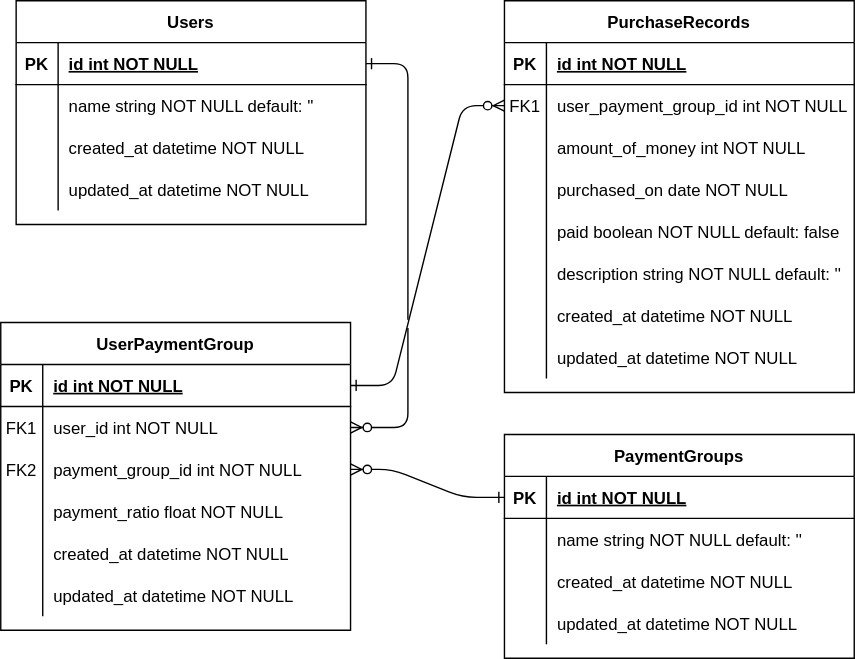
a-yossy/dutch_account keeps this draw.io diagram as er-diagram/er.svg. Above is the earlier version. Source tidied: cells renumbered, new cells last; positions are measured from the earlier drawing's top-left corner, leaving out a move shared by most shapes.
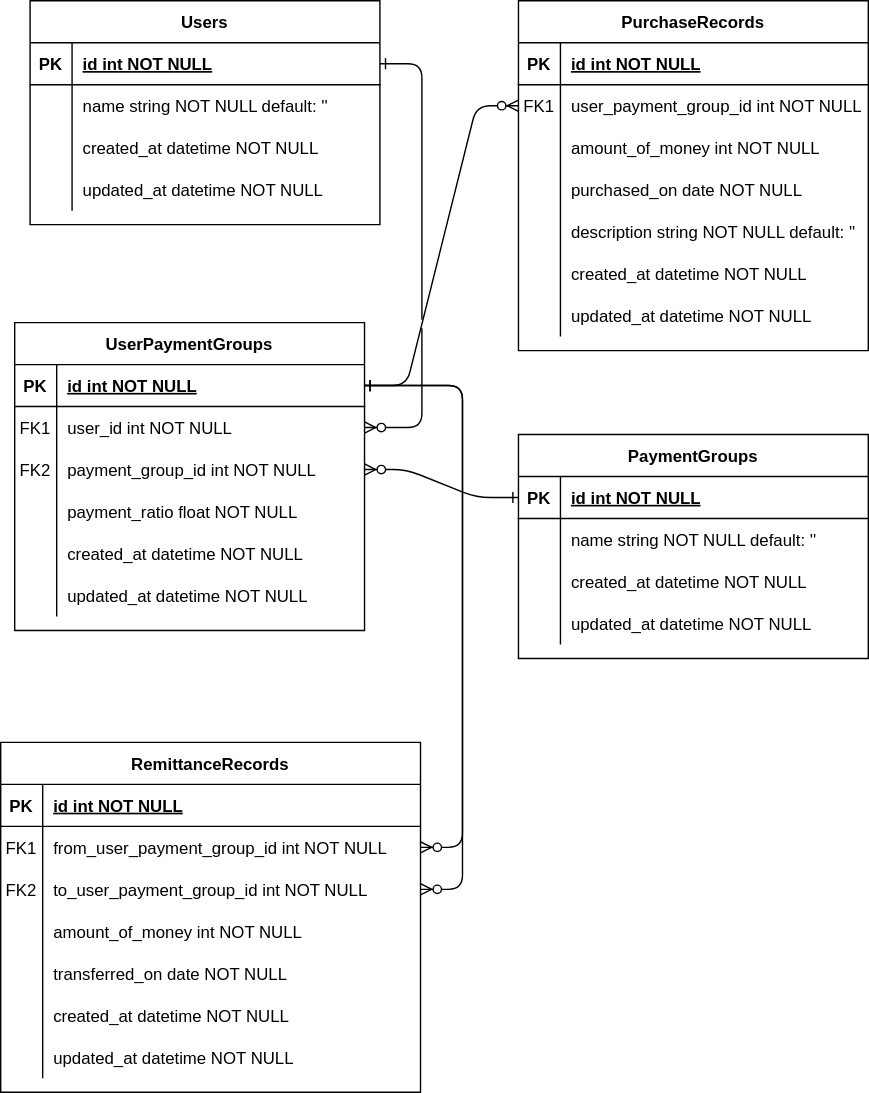
After the commit.

Commit message:
feat: 送金テーブル作成

Change to the diagram source:
```diff
@@ -5,7 +5,7 @@
     <mxCell id="2" style="edgeStyle=entityRelationEdgeStyle;endArrow=ERzeroToMany;startArrow=ERone;endFill=1;startFill=0;" parent="1" edge="1" source="4" target="52">
       <mxGeometry relative="1" as="geometry" />
     </mxCell>
-    <mxCell id="3" value="UserPaymentGroup" style="shape=table;startSize=30;rowLines=0;fontStyle=1;align=center;" parent="1" vertex="1">
+    <mxCell id="3" value="UserPaymentGroups" style="shape=table;startSize=30;rowLines=0;fontStyle=1;align=center;" parent="1" vertex="1">
       <mxGeometry y="230" width="250" height="220" as="geometry" />
     </mxCell>
     <mxCell id="4" style="shape=partialRectangle;fillColor=none;points=[[0,0.5],[1,0.5]];portConstraint=eastwest;top=0;left=0;right=0;bottom=1;" parent="3" vertex="1">
@@ -141,7 +141,7 @@
       <mxGeometry x="30" width="220" height="30" as="geometry" />
     </mxCell>
     <mxCell id="48" value="PurchaseRecords" style="shape=table;startSize=30;rowLines=0;fontStyle=1;align=center;" parent="1" vertex="1">
-      <mxGeometry x="360" width="250" height="280" as="geometry" />
+      <mxGeometry x="360" width="250" height="250" as="geometry" />
     </mxCell>
     <mxCell id="49" style="shape=partialRectangle;fillColor=none;top=0;left=0;right=0;bottom=1;" parent="48" vertex="1">
       <mxGeometry y="30" width="250" height="30" as="geometry" />
@@ -179,17 +179,8 @@
     <mxCell id="60" value="purchased_on date NOT NULL " style="shape=partialRectangle;overflow=hidden;fillColor=none;top=0;left=0;bottom=0;right=0;align=left;spacingLeft=6;" parent="58" vertex="1">
       <mxGeometry x="30" width="220" height="30" as="geometry" />
     </mxCell>
-    <mxCell id="61" style="shape=partialRectangle;fillColor=none;top=0;left=0;right=0;bottom=0;" parent="48" vertex="1">
-      <mxGeometry y="150" width="250" height="30" as="geometry" />
-    </mxCell>
-    <mxCell id="62" style="shape=partialRectangle;overflow=hidden;fillColor=none;top=0;left=0;bottom=0;right=0;" parent="61" vertex="1">
-      <mxGeometry width="30" height="30" as="geometry" />
-    </mxCell>
-    <mxCell id="63" value="paid boolean NOT NULL default: false" style="shape=partialRectangle;overflow=hidden;fillColor=none;top=0;left=0;bottom=0;right=0;align=left;spacingLeft=6;" parent="61" vertex="1">
-      <mxGeometry x="30" width="220" height="30" as="geometry" />
-    </mxCell>
     <mxCell id="64" style="shape=partialRectangle;fillColor=none;top=0;left=0;right=0;bottom=0;" parent="48" vertex="1">
-      <mxGeometry y="180" width="250" height="30" as="geometry" />
+      <mxGeometry y="150" width="250" height="30" as="geometry" />
     </mxCell>
     <mxCell id="65" style="shape=partialRectangle;overflow=hidden;fillColor=none;top=0;left=0;bottom=0;right=0;" parent="64" vertex="1">
       <mxGeometry width="30" height="30" as="geometry" />
@@ -198,7 +189,7 @@
       <mxGeometry x="30" width="220" height="30" as="geometry" />
     </mxCell>
     <mxCell id="67" style="shape=partialRectangle;fillColor=none;top=0;left=0;right=0;bottom=0;" parent="48" vertex="1">
-      <mxGeometry y="210" width="250" height="30" as="geometry" />
+      <mxGeometry y="180" width="250" height="30" as="geometry" />
     </mxCell>
     <mxCell id="68" style="shape=partialRectangle;overflow=hidden;fillColor=none;top=0;left=0;bottom=0;right=0;" parent="67" vertex="1">
       <mxGeometry width="30" height="30" as="geometry" />
@@ -207,7 +198,7 @@
       <mxGeometry x="30" width="220" height="30" as="geometry" />
     </mxCell>
     <mxCell id="70" style="shape=partialRectangle;fillColor=none;top=0;left=0;right=0;bottom=0;" parent="48" vertex="1">
-      <mxGeometry y="240" width="250" height="30" as="geometry" />
+      <mxGeometry y="210" width="250" height="30" as="geometry" />
     </mxCell>
     <mxCell id="71" style="shape=partialRectangle;overflow=hidden;fillColor=none;top=0;left=0;bottom=0;right=0;" parent="70" vertex="1">
       <mxGeometry width="30" height="30" as="geometry" />
@@ -221,5 +212,77 @@
     <mxCell id="74" style="edgeStyle=entityRelationEdgeStyle;endArrow=ERzeroToMany;startArrow=ERone;endFill=1;startFill=0;jumpStyle=gap;" parent="1" edge="1" source="36" target="7">
       <mxGeometry relative="1" as="geometry" />
     </mxCell>
+    <mxCell id="75" value="RemittanceRecords" style="shape=table;startSize=30;rowLines=0;fontStyle=1;align=center;" parent="1" vertex="1">
+      <mxGeometry x="-10" y="530" width="300" height="250" as="geometry" />
+    </mxCell>
+    <mxCell id="76" style="shape=partialRectangle;fillColor=none;top=0;left=0;right=0;bottom=1;" parent="75" vertex="1">
+      <mxGeometry y="30" width="300" height="30" as="geometry" />
+    </mxCell>
+    <mxCell id="77" value="PK" style="shape=partialRectangle;overflow=hidden;fillColor=none;top=0;left=0;bottom=0;right=0;fontStyle=1;" parent="76" vertex="1">
+      <mxGeometry width="30" height="30" as="geometry" />
+    </mxCell>
+    <mxCell id="78" value="id int NOT NULL " style="shape=partialRectangle;overflow=hidden;fillColor=none;top=0;left=0;bottom=0;right=0;align=left;spacingLeft=6;fontStyle=5;" parent="76" vertex="1">
+      <mxGeometry x="30" width="270" height="30" as="geometry" />
+    </mxCell>
+    <mxCell id="79" style="shape=partialRectangle;fillColor=none;points=[[0,0.5],[1,0.5]];portConstraint=eastwest;top=0;left=0;right=0;bottom=0;" parent="75" vertex="1">
+      <mxGeometry y="60" width="300" height="30" as="geometry" />
+    </mxCell>
+    <mxCell id="80" value="FK1" style="shape=partialRectangle;overflow=hidden;fillColor=none;top=0;left=0;bottom=0;right=0;" parent="79" vertex="1">
+      <mxGeometry width="30" height="30" as="geometry" />
+    </mxCell>
+    <mxCell id="81" value="from_user_payment_group_id int NOT NULL" style="shape=partialRectangle;overflow=hidden;fillColor=none;top=0;left=0;bottom=0;right=0;align=left;spacingLeft=6;" parent="79" vertex="1">
+      <mxGeometry x="30" width="270" height="30" as="geometry" />
+    </mxCell>
+    <mxCell id="82" style="shape=partialRectangle;fillColor=none;points=[[0,0.5],[1,0.5]];portConstraint=eastwest;top=0;left=0;right=0;bottom=0;" parent="75" vertex="1">
+      <mxGeometry y="90" width="300" height="30" as="geometry" />
+    </mxCell>
+    <mxCell id="83" value="FK2" style="shape=partialRectangle;overflow=hidden;fillColor=none;top=0;left=0;bottom=0;right=0;" parent="82" vertex="1">
+      <mxGeometry width="30" height="30" as="geometry" />
+    </mxCell>
+    <mxCell id="84" value="to_user_payment_group_id int NOT NULL" style="shape=partialRectangle;overflow=hidden;fillColor=none;top=0;left=0;bottom=0;right=0;align=left;spacingLeft=6;" parent="82" vertex="1">
+      <mxGeometry x="30" width="270" height="30" as="geometry" />
+    </mxCell>
+    <mxCell id="85" style="shape=partialRectangle;fillColor=none;top=0;left=0;right=0;bottom=0;" parent="75" vertex="1">
+      <mxGeometry y="120" width="300" height="30" as="geometry" />
+    </mxCell>
+    <mxCell id="86" style="shape=partialRectangle;overflow=hidden;fillColor=none;top=0;left=0;bottom=0;right=0;" parent="85" vertex="1">
+      <mxGeometry width="30" height="30" as="geometry" />
+    </mxCell>
+    <mxCell id="87" value="amount_of_money int NOT NULL" style="shape=partialRectangle;overflow=hidden;fillColor=none;top=0;left=0;bottom=0;right=0;align=left;spacingLeft=6;" parent="85" vertex="1">
+      <mxGeometry x="30" width="270" height="30" as="geometry" />
+    </mxCell>
+    <mxCell id="88" style="shape=partialRectangle;fillColor=none;top=0;left=0;right=0;bottom=0;" parent="75" vertex="1">
+      <mxGeometry y="150" width="300" height="30" as="geometry" />
+    </mxCell>
+    <mxCell id="89" style="shape=partialRectangle;overflow=hidden;fillColor=none;top=0;left=0;bottom=0;right=0;" parent="88" vertex="1">
+      <mxGeometry width="30" height="30" as="geometry" />
+    </mxCell>
+    <mxCell id="90" value="transferred_on date NOT NULL" style="shape=partialRectangle;overflow=hidden;fillColor=none;top=0;left=0;bottom=0;right=0;align=left;spacingLeft=6;" parent="88" vertex="1">
+      <mxGeometry x="30" width="270" height="30" as="geometry" />
+    </mxCell>
+    <mxCell id="91" style="shape=partialRectangle;fillColor=none;top=0;left=0;right=0;bottom=0;" parent="75" vertex="1">
+      <mxGeometry y="180" width="300" height="30" as="geometry" />
+    </mxCell>
+    <mxCell id="92" style="shape=partialRectangle;overflow=hidden;fillColor=none;top=0;left=0;bottom=0;right=0;" parent="91" vertex="1">
+      <mxGeometry width="30" height="30" as="geometry" />
+    </mxCell>
+    <mxCell id="93" value="created_at datetime NOT NULL" style="shape=partialRectangle;overflow=hidden;fillColor=none;top=0;left=0;bottom=0;right=0;align=left;spacingLeft=6;" parent="91" vertex="1">
+      <mxGeometry x="30" width="270" height="30" as="geometry" />
+    </mxCell>
+    <mxCell id="94" style="shape=partialRectangle;fillColor=none;top=0;left=0;right=0;bottom=0;" parent="75" vertex="1">
+      <mxGeometry y="210" width="300" height="30" as="geometry" />
+    </mxCell>
+    <mxCell id="95" style="shape=partialRectangle;overflow=hidden;fillColor=none;top=0;left=0;bottom=0;right=0;" parent="94" vertex="1">
+      <mxGeometry width="30" height="30" as="geometry" />
+    </mxCell>
+    <mxCell id="96" value="updated_at datetime NOT NULL" style="shape=partialRectangle;overflow=hidden;fillColor=none;top=0;left=0;bottom=0;right=0;align=left;spacingLeft=6;" parent="94" vertex="1">
+      <mxGeometry x="30" width="270" height="30" as="geometry" />
+    </mxCell>
+    <mxCell id="97" style="edgeStyle=entityRelationEdgeStyle;endArrow=ERzeroToMany;startArrow=ERone;endFill=1;startFill=0;" parent="1" edge="1" source="4" target="79">
+      <mxGeometry relative="1" as="geometry" />
+    </mxCell>
+    <mxCell id="98" style="edgeStyle=entityRelationEdgeStyle;endArrow=ERzeroToMany;startArrow=ERone;endFill=1;startFill=0;" parent="1" edge="1" source="4" target="82">
+      <mxGeometry relative="1" as="geometry" />
+    </mxCell>
   </root>
 </mxGraphModel>
```
